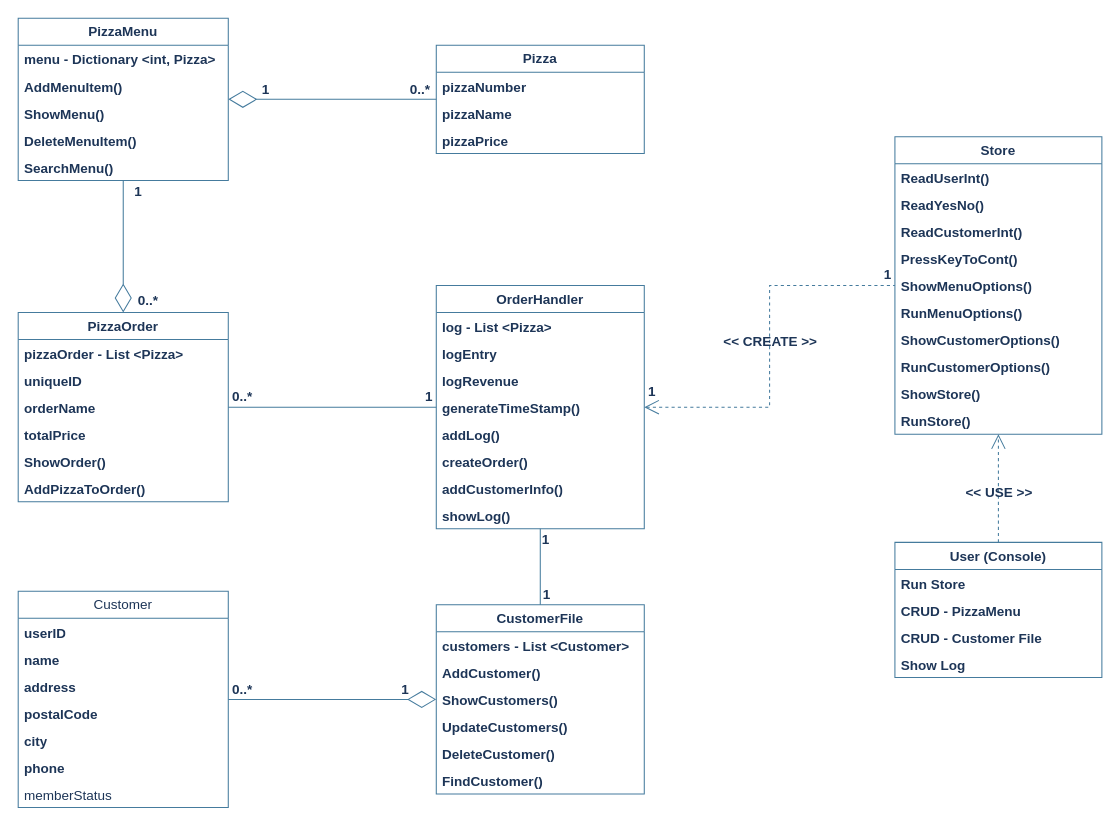
The draw.io diagram PizzaStoreDomainDiagram.drawio in Cal-ly/PizzaStore, before the edit. Source tidied: cells renumbered, new cells numbered last; positions are measured from the earlier drawing's top-left corner, leaving out a move shared by most shapes. Both pictures are drawn from the tidied source at 104%, with x=0, y=0 at pixel (18, 18).
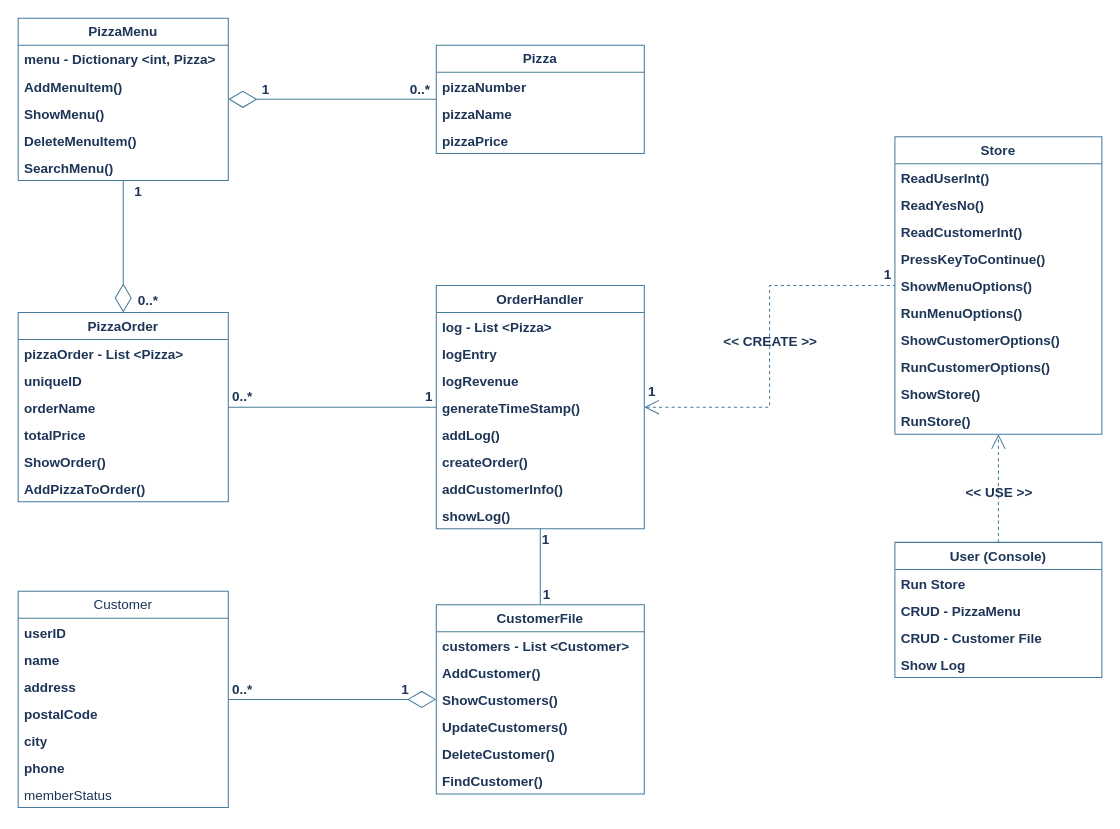
Above is the later version.

The change refers to these unchanged cells:
```xml
<mxCell id="27" value="Store" style="swimlane;fontStyle=1;horizontal=1;startSize=26;fillColor=none;whiteSpace=wrap;html=1;fontSize=13;spacing=2;rounded=0;labelBackgroundColor=none;strokeColor=#457B9D;fontColor=#1D3557;" parent="1" vertex="1">
  <mxGeometry x="843" y="114" width="199" height="286" as="geometry" />
</mxCell>
```

What changed in the source:
```diff
@@
-    <mxCell id="31" value="PressKeyToCont()" style="text;strokeColor=none;fillColor=none;align=left;verticalAlign=top;spacingLeft=4;spacingRight=4;overflow=hidden;whiteSpace=wrap;html=1;fontSize=13;spacing=2;rounded=0;labelBackgroundColor=none;fontColor=#1D3557;fontStyle=1;" parent="27" vertex="1">
+    <mxCell id="31" value="PressKeyToContinue()" style="text;strokeColor=none;fillColor=none;align=left;verticalAlign=top;spacingLeft=4;spacingRight=4;overflow=hidden;whiteSpace=wrap;html=1;fontSize=13;spacing=2;rounded=0;labelBackgroundColor=none;fontColor=#1D3557;fontStyle=1;" parent="27" vertex="1">
       <mxGeometry y="104" width="199" height="26" as="geometry" />
     </mxCell>
```
